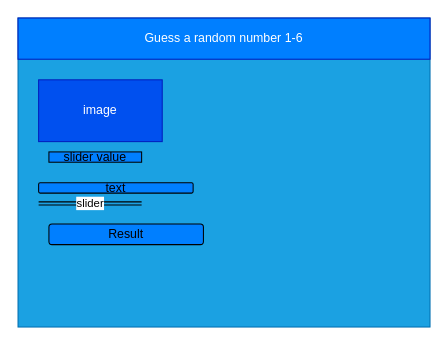
The draw.io diagram design/story-board.drawio in Allen-Li-hub/ICS2O-Unit5-03-HTML, before the edit. Source tidied: cells renumbered, new cells numbered last; positions are measured from the earlier drawing's top-left corner, leaving out a move shared by most shapes. Both pictures are drawn from the tidied source at 103%, with x=0, y=0 at pixel (18, 18).
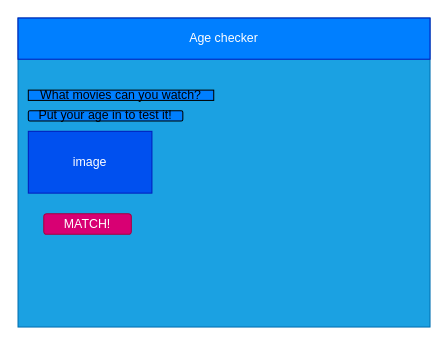
Above is the later version.

Diff of the diagram source:
```diff
@@
 <mxGraphModel>
   <root>
     <mxCell id="0" />
     <mxCell id="1" parent="0" />
     <mxCell id="2" style="rounded=0;whiteSpace=wrap;html=1;fillColor=#1ba1e2;fontColor=#ffffff;strokeColor=#006EAF;" parent="1" vertex="1">
       <mxGeometry width="400" height="300" as="geometry" />
     </mxCell>
-    <mxCell id="3" value="Guess a random number 1-6" style="rounded=0;whiteSpace=wrap;html=1;fillColor=#007FFF;fontColor=#ffffff;strokeColor=#001DBC;" parent="1" vertex="1">
+    <mxCell id="3" value="Age checker" style="rounded=0;whiteSpace=wrap;html=1;fillColor=#007FFF;fontColor=#ffffff;strokeColor=#001DBC;" parent="1" vertex="1">
       <mxGeometry width="400" height="40" as="geometry" />
     </mxCell>
     <mxCell id="4" value="image" style="rounded=0;whiteSpace=wrap;html=1;fillColor=#0050ef;fontColor=#ffffff;strokeColor=#001DBC;" parent="1" vertex="1">
-      <mxGeometry x="20" y="60" width="120" height="60" as="geometry" />
+      <mxGeometry x="10" y="110" width="120" height="60" as="geometry" />
     </mxCell>
-    <mxCell id="5" value="slider value" style="rounded=0;whiteSpace=wrap;html=1;fillColor=#007FFF;" parent="1" vertex="1">
-      <mxGeometry x="30" y="130" width="90" height="10" as="geometry" />
+    <mxCell id="5" value="What movies can you watch?" style="rounded=0;whiteSpace=wrap;html=1;fillColor=#007FFF;" parent="1" vertex="1">
+      <mxGeometry x="10" y="70" width="180" height="10" as="geometry" />
     </mxCell>
-    <mxCell id="6" value="slider" style="shape=link;html=1;width=3;" parent="1" edge="1">
-      <mxGeometry relative="1" as="geometry">
-        <mxPoint x="20" y="180" as="sourcePoint" />
-        <mxPoint x="120" y="180" as="targetPoint" />
-      </mxGeometry>
-    </mxCell>
-    <mxCell id="7" value="Result" style="rounded=1;whiteSpace=wrap;html=1;fillColor=#007FFF;" parent="1" vertex="1">
-      <mxGeometry x="30" y="200" width="150" height="20" as="geometry" />
-    </mxCell>
-    <mxCell id="8" value="text" style="rounded=1;whiteSpace=wrap;html=1;fillColor=#007FFF;" parent="1" vertex="1">
-      <mxGeometry x="20" y="160" width="150" height="10" as="geometry" />
+    <mxCell id="8" value="Put your age in to test it!" style="rounded=1;whiteSpace=wrap;html=1;fillColor=#007FFF;" parent="1" vertex="1">
+      <mxGeometry x="10" y="90" width="150" height="10" as="geometry" />
     </mxCell>
+    <mxCell id="9" value="MATCH!" style="rounded=1;whiteSpace=wrap;html=1;fillColor=#d80073;fontColor=#ffffff;strokeColor=#A50040;" parent="1" vertex="1">
+      <mxGeometry x="25" y="190" width="85" height="20" as="geometry" />
+    </mxCell>
   </root>
 </mxGraphModel>
```
